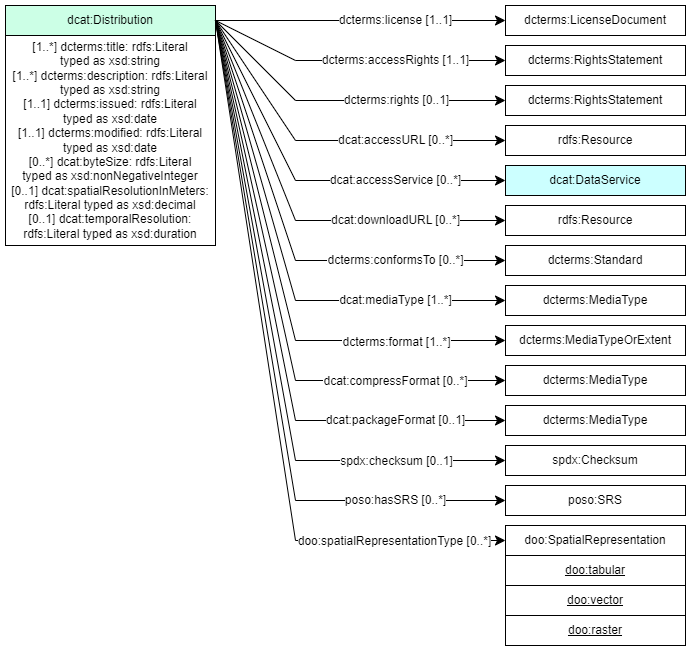
NERC-CEH/digital-objects-ontology keeps this draw.io diagram as CEH-DCAT-AP/CEH-DCAT-AP_diagrams/dcat-distribution.png. Above is the earlier version. Source tidied: cells renumbered, new cells last; positions are measured from the earlier drawing's top-left corner, leaving out a move shared by most shapes.
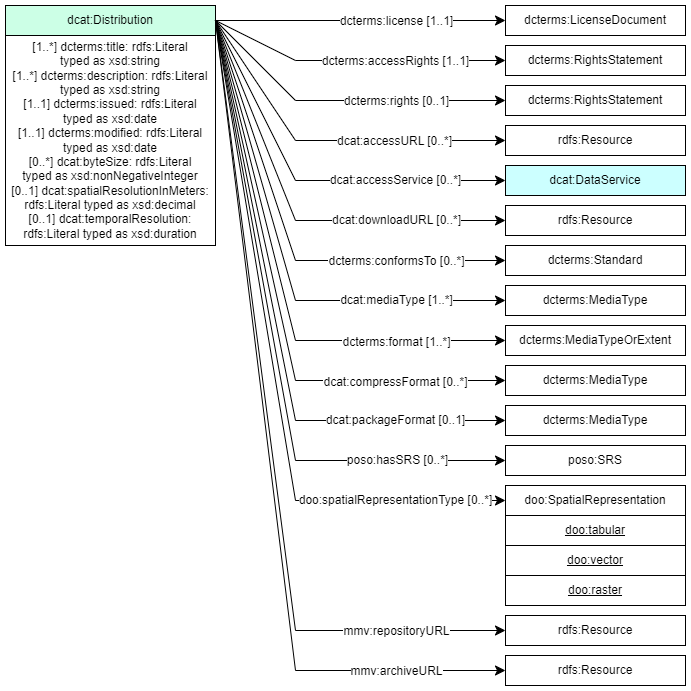
The same file after the commit.

Diff of the diagram source:
```diff
@@ -136,9 +136,6 @@
     <mxCell id="31" value="dcterms:MediaType" style="rounded=0;whiteSpace=wrap;html=1;snapToPoint=1;points=[[0.1,0],[0.2,0],[0.3,0],[0.4,0],[0.5,0],[0.6,0],[0.7,0],[0.8,0],[0.9,0],[0,0.1],[0,0.3],[0,0.5],[0,0.7],[0,0.9],[0.1,1],[0.2,1],[0.3,1],[0.4,1],[0.5,1],[0.6,1],[0.7,1],[0.8,1],[0.9,1],[1,0.1],[1,0.3],[1,0.5],[1,0.7],[1,0.9]];" parent="1" vertex="1">
       <mxGeometry x="500" y="400" width="180" height="30" as="geometry" />
     </mxCell>
-    <mxCell id="32" value="spdx:Checksum" style="rounded=0;whiteSpace=wrap;html=1;snapToPoint=1;points=[[0.1,0],[0.2,0],[0.3,0],[0.4,0],[0.5,0],[0.6,0],[0.7,0],[0.8,0],[0.9,0],[0,0.1],[0,0.3],[0,0.5],[0,0.7],[0,0.9],[0.1,1],[0.2,1],[0.3,1],[0.4,1],[0.5,1],[0.6,1],[0.7,1],[0.8,1],[0.9,1],[1,0.1],[1,0.3],[1,0.5],[1,0.7],[1,0.9]];" parent="1" vertex="1">
-      <mxGeometry x="500" y="440" width="180" height="30" as="geometry" />
-    </mxCell>
     <mxCell id="33" style="endArrow=classic;html=1;exitX=1;exitY=0.5;exitDx=0;exitDy=0;endSize=8;arcSize=0;rounded=0;entryX=0;entryY=0.5;entryDx=0;entryDy=0;" parent="1" edge="1" source="18" target="29">
       <mxGeometry relative="1" as="geometry">
         <Array as="points">
@@ -175,56 +172,74 @@
         <mxPoint x="127" y="135" as="offset" />
       </mxGeometry>
     </mxCell>
-    <mxCell id="39" style="endArrow=classic;html=1;exitX=1;exitY=0.5;exitDx=0;exitDy=0;endSize=8;arcSize=0;rounded=0;entryX=0;entryY=0.5;entryDx=0;entryDy=0;" parent="1" edge="1" source="18" target="32">
-      <mxGeometry relative="1" as="geometry">
-        <Array as="points">
-          <mxPoint x="290" y="455" />
-        </Array>
-      </mxGeometry>
-    </mxCell>
-    <mxCell id="40" value="&lt;div&gt;spdx:checksum [0..1]&lt;/div&gt;" style="text;html=1;align=center;verticalAlign=middle;labelBackgroundColor=#ffffff;" parent="39" vertex="1">
-      <mxGeometry x="-0.13" relative="1" as="geometry">
-        <mxPoint x="129" y="158" as="offset" />
-      </mxGeometry>
-    </mxCell>
     <mxCell id="41" style="endArrow=classic;html=1;exitX=1;exitY=0.5;exitDx=0;exitDy=0;entryX=0;entryY=0.5;entryDx=0;entryDy=0;endSize=8;arcSize=0;rounded=0;" parent="1" edge="1" source="18" target="43">
       <mxGeometry relative="1" as="geometry">
         <Array as="points">
-          <mxPoint x="290" y="495" />
+          <mxPoint x="290" y="455" />
         </Array>
       </mxGeometry>
     </mxCell>
     <mxCell id="42" value="&lt;div&gt;poso:hasSRS [0..*]&lt;/div&gt;" style="text;html=1;align=center;verticalAlign=middle;labelBackgroundColor=#ffffff;" parent="41" vertex="1">
       <mxGeometry x="-0.13" relative="1" as="geometry">
-        <mxPoint x="130" y="180" as="offset" />
+        <mxPoint x="130" y="157" as="offset" />
       </mxGeometry>
     </mxCell>
     <mxCell id="43" value="poso:SRS" style="rounded=0;whiteSpace=wrap;html=1;snapToPoint=1;points=[[0.1,0],[0.2,0],[0.3,0],[0.4,0],[0.5,0],[0.6,0],[0.7,0],[0.8,0],[0.9,0],[0,0.1],[0,0.3],[0,0.5],[0,0.7],[0,0.9],[0.1,1],[0.2,1],[0.3,1],[0.4,1],[0.5,1],[0.6,1],[0.7,1],[0.8,1],[0.9,1],[1,0.1],[1,0.3],[1,0.5],[1,0.7],[1,0.9]];" parent="1" vertex="1">
-      <mxGeometry x="500" y="480" width="180" height="30" as="geometry" />
+      <mxGeometry x="500" y="440" width="180" height="30" as="geometry" />
     </mxCell>
     <mxCell id="44" style="endArrow=classic;html=1;exitX=1;exitY=0.5;exitDx=0;exitDy=0;entryX=0;entryY=0.5;entryDx=0;entryDy=0;endSize=8;arcSize=0;rounded=0;" parent="1" edge="1" source="18" target="46">
       <mxGeometry relative="1" as="geometry">
         <Array as="points">
-          <mxPoint x="290" y="535" />
+          <mxPoint x="290" y="495" />
         </Array>
       </mxGeometry>
     </mxCell>
     <mxCell id="45" value="&lt;div&gt;doo:spatialRepresentationType [0..*]&lt;/div&gt;" style="text;html=1;align=center;verticalAlign=middle;labelBackgroundColor=#ffffff;" parent="44" vertex="1">
       <mxGeometry x="-0.13" relative="1" as="geometry">
-        <mxPoint x="130" y="203" as="offset" />
+        <mxPoint x="130" y="180" as="offset" />
       </mxGeometry>
     </mxCell>
     <mxCell id="46" value="doo:SpatialRepresentation" style="rounded=0;whiteSpace=wrap;html=1;snapToPoint=1;points=[[0.1,0],[0.2,0],[0.3,0],[0.4,0],[0.5,0],[0.6,0],[0.7,0],[0.8,0],[0.9,0],[0,0.1],[0,0.3],[0,0.5],[0,0.7],[0,0.9],[0.1,1],[0.2,1],[0.3,1],[0.4,1],[0.5,1],[0.6,1],[0.7,1],[0.8,1],[0.9,1],[1,0.1],[1,0.3],[1,0.5],[1,0.7],[1,0.9]];" parent="1" vertex="1">
-      <mxGeometry x="500" y="520" width="180" height="30" as="geometry" />
+      <mxGeometry x="500" y="480" width="180" height="30" as="geometry" />
     </mxCell>
     <mxCell id="47" value="&lt;u&gt;doo:tabular&lt;/u&gt;" style="rounded=0;whiteSpace=wrap;html=1;" parent="1" vertex="1">
-      <mxGeometry x="500" y="550" width="180" height="30" as="geometry" />
+      <mxGeometry x="500" y="510" width="180" height="30" as="geometry" />
     </mxCell>
     <mxCell id="48" value="&lt;div&gt;&lt;u&gt;doo:raster&lt;/u&gt;&lt;/div&gt;" style="rounded=0;whiteSpace=wrap;html=1;" parent="1" vertex="1">
-      <mxGeometry x="500" y="610" width="180" height="30" as="geometry" />
+      <mxGeometry x="500" y="570" width="180" height="30" as="geometry" />
     </mxCell>
     <mxCell id="49" value="&lt;div&gt;&lt;u&gt;doo:vector&lt;/u&gt;&lt;/div&gt;" style="rounded=0;whiteSpace=wrap;html=1;" parent="1" vertex="1">
-      <mxGeometry x="500" y="580" width="180" height="30" as="geometry" />
+      <mxGeometry x="500" y="540" width="180" height="30" as="geometry" />
     </mxCell>
+    <mxCell id="50" style="endArrow=classic;html=1;exitX=1;exitY=0.5;exitDx=0;exitDy=0;entryX=0;entryY=0.5;entryDx=0;entryDy=0;endSize=8;arcSize=0;rounded=0;" parent="1" edge="1" source="18" target="52">
+      <mxGeometry relative="1" as="geometry">
+        <Array as="points">
+          <mxPoint x="290" y="625" />
+        </Array>
+      </mxGeometry>
+    </mxCell>
+    <mxCell id="51" value="&lt;div&gt;mmv:repositoryURL&lt;/div&gt;" style="text;html=1;align=center;verticalAlign=middle;labelBackgroundColor=#ffffff;" parent="50" vertex="1">
+      <mxGeometry x="-0.13" relative="1" as="geometry">
+        <mxPoint x="134" y="253" as="offset" />
+      </mxGeometry>
+    </mxCell>
+    <mxCell id="52" value="rdfs:Resource" style="rounded=0;whiteSpace=wrap;html=1;snapToPoint=1;points=[[0.1,0],[0.2,0],[0.3,0],[0.4,0],[0.5,0],[0.6,0],[0.7,0],[0.8,0],[0.9,0],[0,0.1],[0,0.3],[0,0.5],[0,0.7],[0,0.9],[0.1,1],[0.2,1],[0.3,1],[0.4,1],[0.5,1],[0.6,1],[0.7,1],[0.8,1],[0.9,1],[1,0.1],[1,0.3],[1,0.5],[1,0.7],[1,0.9]];" parent="1" vertex="1">
+      <mxGeometry x="500" y="610" width="180" height="30" as="geometry" />
+    </mxCell>
+    <mxCell id="53" style="endArrow=classic;html=1;exitX=1;exitY=0.5;exitDx=0;exitDy=0;entryX=0;entryY=0.5;entryDx=0;entryDy=0;endSize=8;arcSize=0;rounded=0;" parent="1" edge="1" source="18" target="55">
+      <mxGeometry relative="1" as="geometry">
+        <Array as="points">
+          <mxPoint x="290" y="665" />
+        </Array>
+      </mxGeometry>
+    </mxCell>
+    <mxCell id="54" value="&lt;div&gt;mmv:archiveURL&lt;/div&gt;" style="text;html=1;align=center;verticalAlign=middle;labelBackgroundColor=#ffffff;" parent="53" vertex="1">
+      <mxGeometry x="-0.13" relative="1" as="geometry">
+        <mxPoint x="134" y="276" as="offset" />
+      </mxGeometry>
+    </mxCell>
+    <mxCell id="55" value="rdfs:Resource" style="rounded=0;whiteSpace=wrap;html=1;snapToPoint=1;points=[[0.1,0],[0.2,0],[0.3,0],[0.4,0],[0.5,0],[0.6,0],[0.7,0],[0.8,0],[0.9,0],[0,0.1],[0,0.3],[0,0.5],[0,0.7],[0,0.9],[0.1,1],[0.2,1],[0.3,1],[0.4,1],[0.5,1],[0.6,1],[0.7,1],[0.8,1],[0.9,1],[1,0.1],[1,0.3],[1,0.5],[1,0.7],[1,0.9]];" parent="1" vertex="1">
+      <mxGeometry x="500" y="650" width="180" height="30" as="geometry" />
+    </mxCell>
   </root>
 </mxGraphModel>
```
